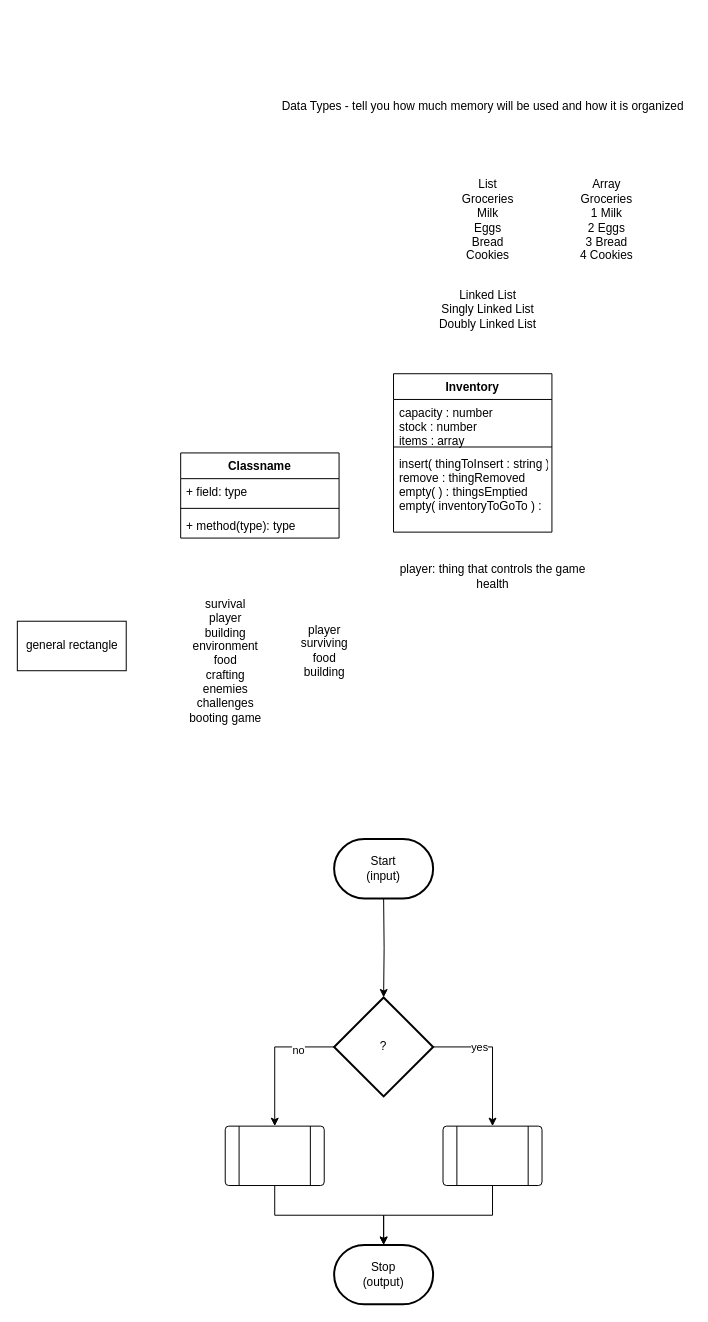
The draw.io diagram Initial-General-Diagram.drawio in ericbible/cscs1240-playground, before the edit. Source tidied: cells renumbered, new cells numbered last; positions are measured from the earlier drawing's top-left corner, leaving out a move shared by most shapes. Both pictures are drawn from the tidied source at 99%, with x=0, y=0 at pixel (17, 96).
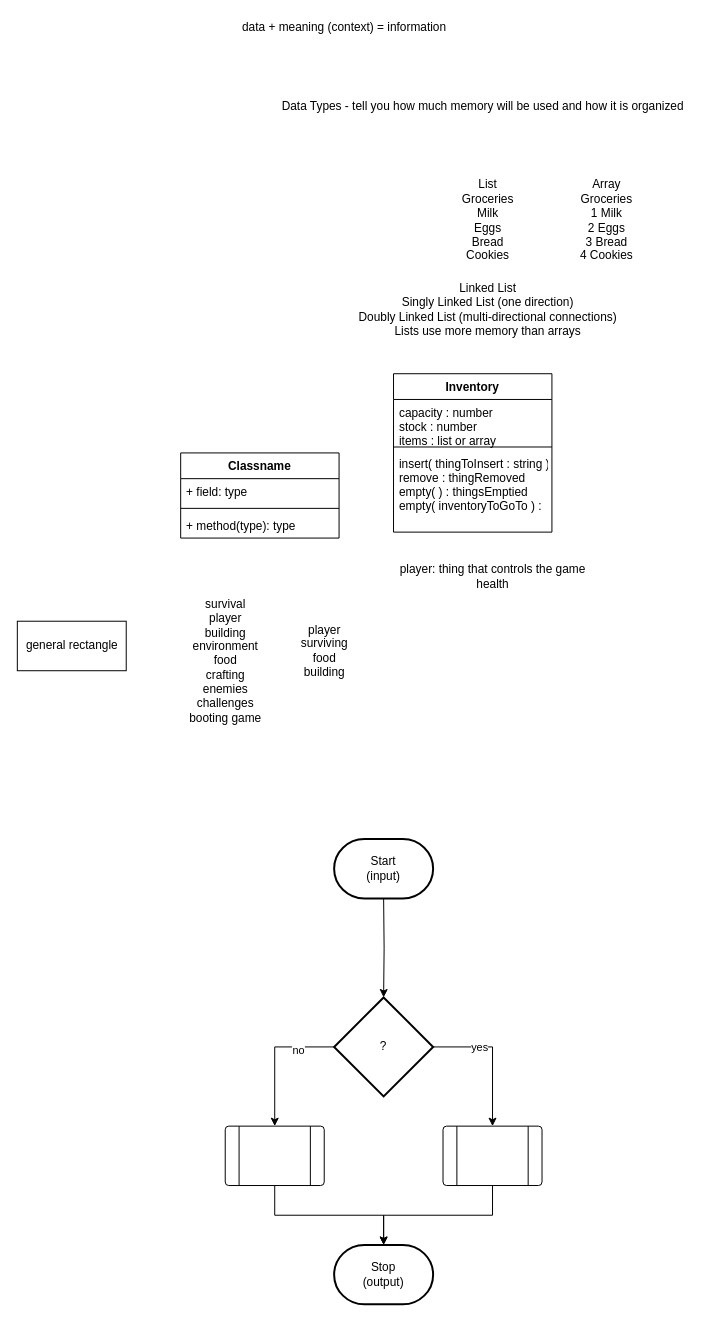
The same page after the edit.

Commit message:
significance of data

Unchanged cells that the change refers to:
```xml
<mxCell id="10" value="Inventory" style="swimlane;fontStyle=1;align=center;verticalAlign=top;horizontal=1;startSize=26;" parent="1" vertex="1">
  <mxGeometry x="380" y="280" width="160" height="160" as="geometry" />
</mxCell>
```

Change to the diagram source:
```diff
@@
-    <mxCell id="11" value="capacity : number&#10;stock : number&#10;items : array&#10;" style="text;strokeColor=none;fillColor=none;align=left;verticalAlign=top;spacingLeft=4;spacingRight=4;overflow=hidden;" parent="10" vertex="1">
+    <mxCell id="11" value="capacity : number&#10;stock : number&#10;items : list or array&#10;" style="text;strokeColor=none;fillColor=none;align=left;verticalAlign=top;spacingLeft=4;spacingRight=4;overflow=hidden;" parent="10" vertex="1">
       <mxGeometry y="26" width="160" height="44" as="geometry" />
     </mxCell>
@@
-    <mxCell id="28" value="Linked List&lt;br&gt;Singly Linked List&lt;br&gt;Doubly Linked List" style="text;html=1;align=center;verticalAlign=middle;" parent="1" vertex="1">
-      <mxGeometry x="420" y="190" width="110" height="50" as="geometry" />
+    <mxCell id="28" value="Linked List&lt;br&gt;Singly Linked List (one direction)&lt;br&gt;Doubly Linked List (multi-directional connections)&lt;br&gt;Lists use more memory than arrays" style="text;html=1;align=center;verticalAlign=middle;" parent="1" vertex="1">
+      <mxGeometry x="335" y="185" width="280" height="60" as="geometry" />
     </mxCell>
@@
+    <mxCell id="30" value="data + meaning (context) = information" style="text;html=1;align=center;verticalAlign=middle;" parent="1" vertex="1">
+      <mxGeometry x="220" y="-80" width="220" height="20" as="geometry" />
+    </mxCell>
```
